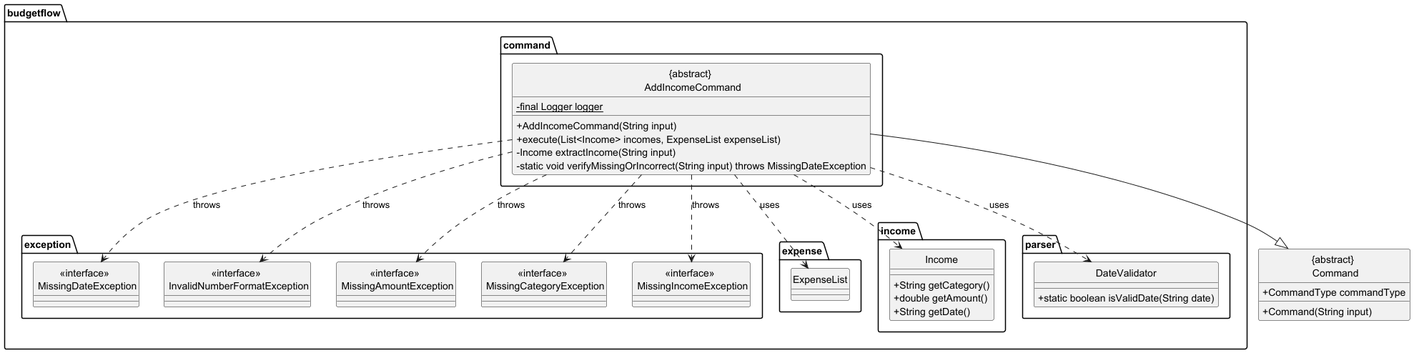
The PlantUML diagram docs/diagrams/add_income_command_class.png in thienkimtranhoang/tp, before a commit.
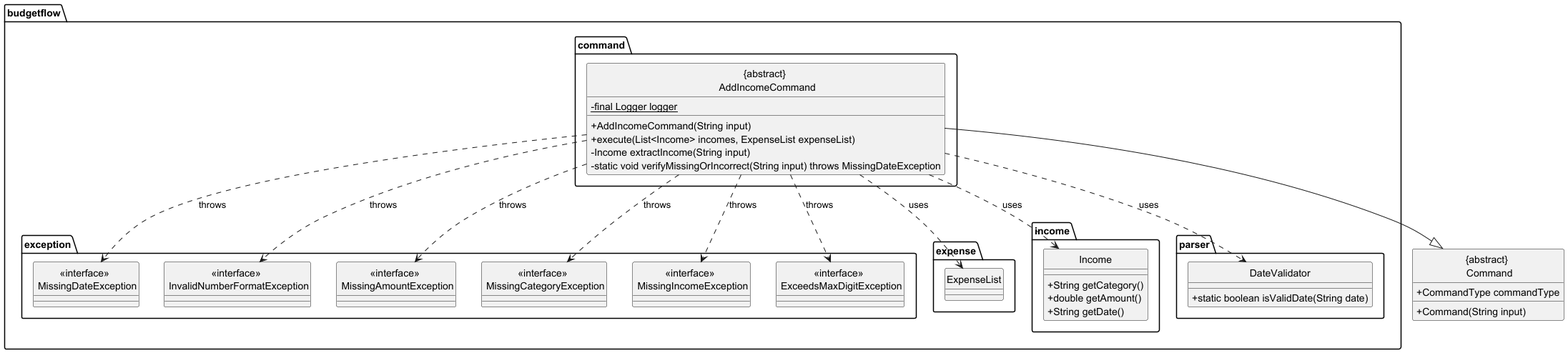
The same diagram one commit later.

What changed in the source:
```diff
@@ -20,6 +20,7 @@
     class "<<interface>> \n MissingAmountException"
     class "<<interface>> \n MissingCategoryException"
     class "<<interface>> \n MissingIncomeException"
+    class "<<interface>> \n ExceedsMaxDigitException"
 }
 
 package budgetflow.expense {
@@ -51,6 +52,7 @@
 "{abstract} \n AddIncomeCommand" ..> "<<interface>> \n MissingAmountException" : throws
 "{abstract} \n AddIncomeCommand" ..> "<<interface>> \n MissingCategoryException" : throws
 "{abstract} \n AddIncomeCommand" ..> "<<interface>> \n MissingIncomeException" : throws
+"{abstract} \n AddIncomeCommand" ..> "<<interface>> \n ExceedsMaxDigitException" : throws
 "{abstract} \n AddIncomeCommand" ..> Income : uses
 "{abstract} \n AddIncomeCommand" ..> ExpenseList : uses
 "{abstract} \n AddIncomeCommand" ..> DateValidator : uses
```
